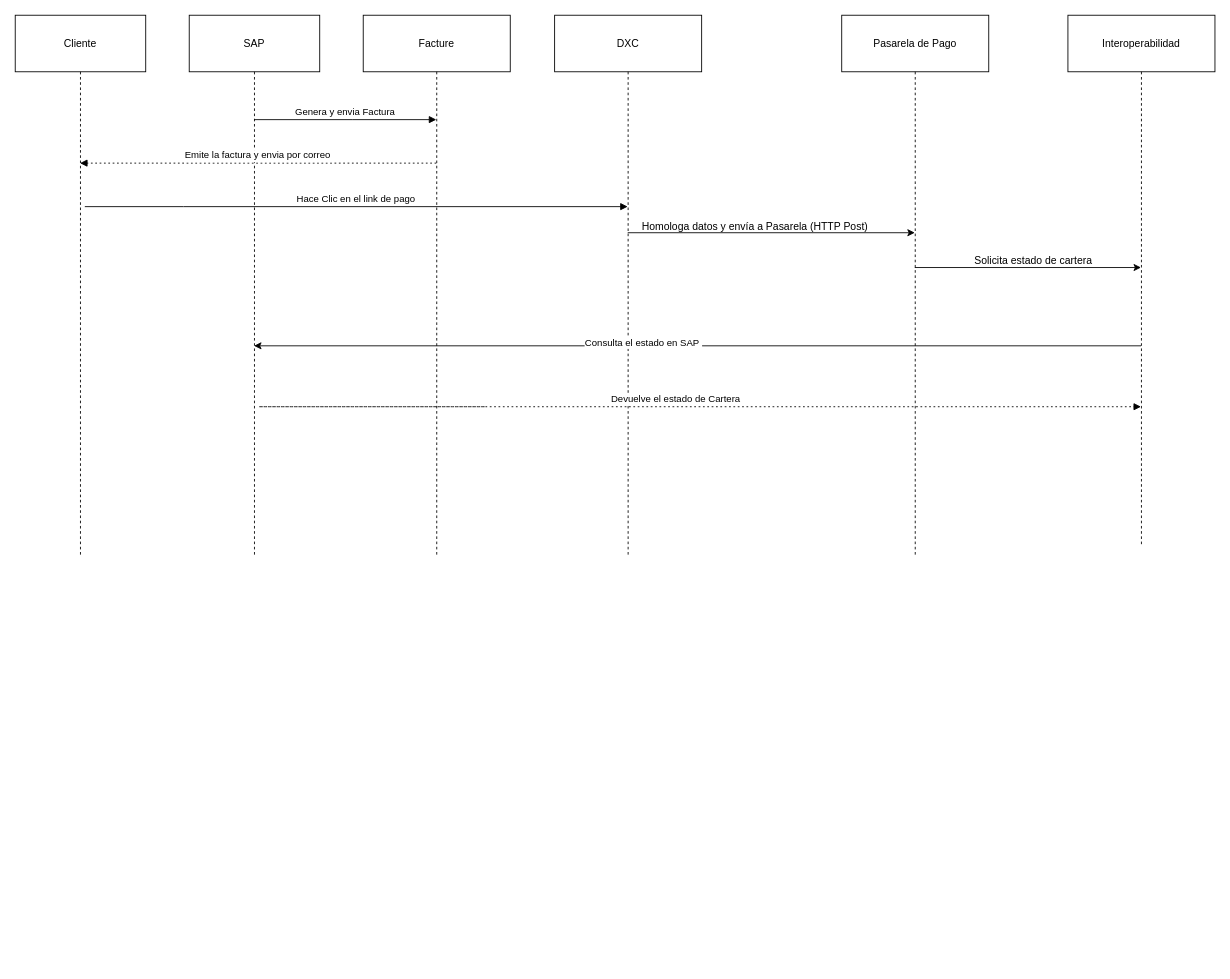
carlosvalderrama1204/diagrams keeps this draw.io diagram as page "Sequence diagram" (3 of 3) of LinkPago Administrativo.drawio. Above is the earlier version. Source tidied: cells renumbered, new cells numbered last; positions are measured from the earlier drawing's top-left corner, leaving out a move shared by most shapes. Both pictures are drawn from the tidied source at 87%, with x=0, y=0 at pixel (15, 15).
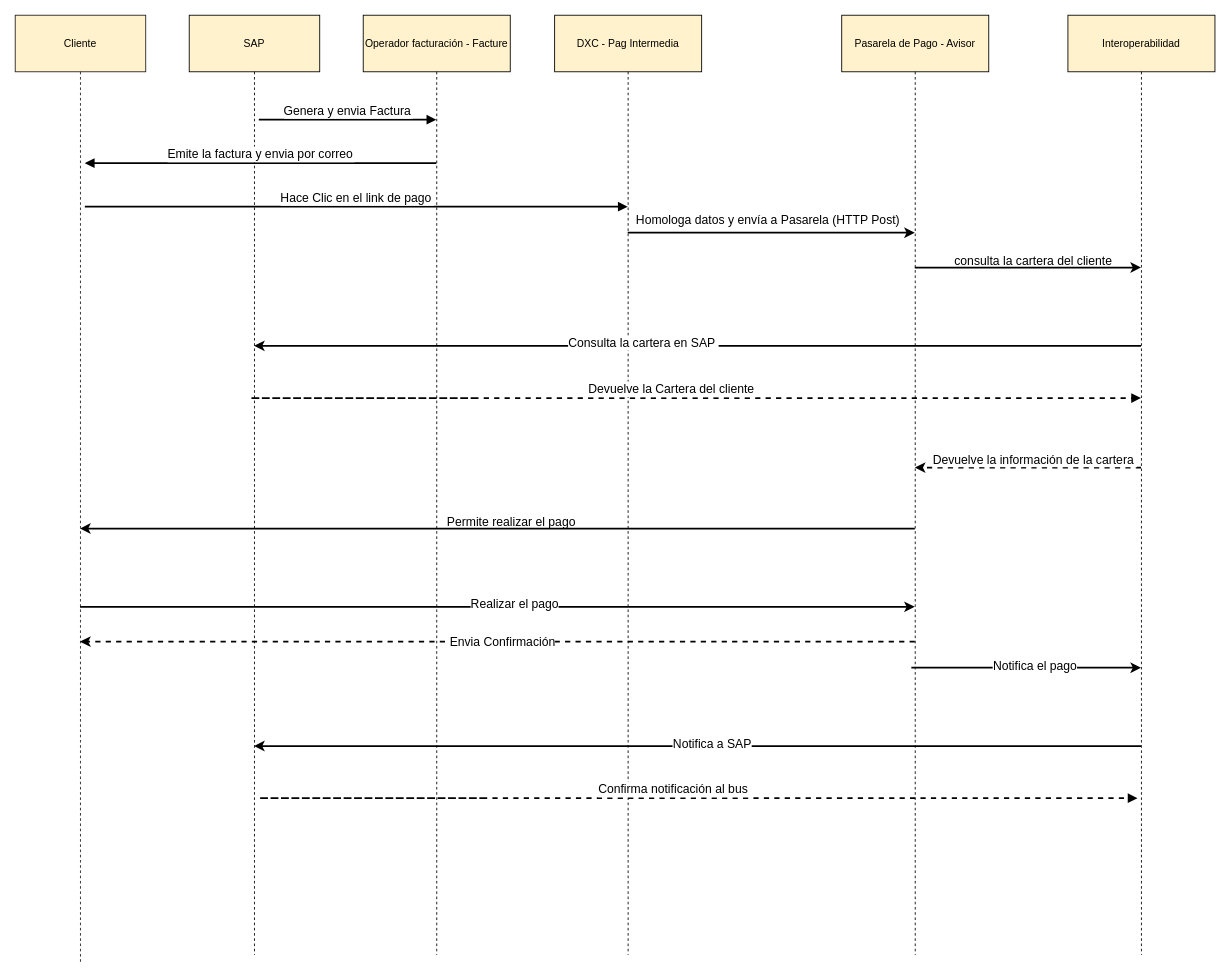
The same page after the edit.

Diff of the diagram source:
```diff
@@
-    <mxCell id="2" value="Cliente" style="shape=umlLifeline;perimeter=lifelinePerimeter;whiteSpace=wrap;newEdgeStyle={&quot;edgeStyle&quot;:&quot;elbowEdgeStyle&quot;,&quot;elbow&quot;:&quot;vertical&quot;,&quot;curved&quot;:0,&quot;rounded&quot;:0};size=65;" parent="1" vertex="1">
-      <mxGeometry width="150" height="620" as="geometry" />
+    <mxCell id="2" value="Cliente" style="shape=umlLifeline;perimeter=lifelinePerimeter;whiteSpace=wrap;newEdgeStyle={&quot;edgeStyle&quot;:&quot;elbowEdgeStyle&quot;,&quot;elbow&quot;:&quot;vertical&quot;,&quot;curved&quot;:0,&quot;rounded&quot;:0};size=65;fillColor=#fff2cc;strokeColor=#201f1d;" parent="1" vertex="1">
+      <mxGeometry width="150" height="1090" as="geometry" />
     </mxCell>
-    <mxCell id="3" value="SAP" style="shape=umlLifeline;perimeter=lifelinePerimeter;whiteSpace=wrap;newEdgeStyle={&quot;edgeStyle&quot;:&quot;elbowEdgeStyle&quot;,&quot;elbow&quot;:&quot;vertical&quot;,&quot;curved&quot;:0,&quot;rounded&quot;:0};size=65;" parent="1" vertex="1">
-      <mxGeometry x="200" width="150" height="620" as="geometry" />
+    <mxCell id="3" value="SAP" style="shape=umlLifeline;perimeter=lifelinePerimeter;whiteSpace=wrap;newEdgeStyle={&quot;edgeStyle&quot;:&quot;elbowEdgeStyle&quot;,&quot;elbow&quot;:&quot;vertical&quot;,&quot;curved&quot;:0,&quot;rounded&quot;:0};size=65;fillColor=#fff2cc;strokeColor=#000000;" parent="1" vertex="1">
+      <mxGeometry x="200" width="150" height="1080" as="geometry" />
     </mxCell>
-    <mxCell id="4" value="Facture" style="shape=umlLifeline;perimeter=lifelinePerimeter;whiteSpace=wrap;newEdgeStyle={&quot;edgeStyle&quot;:&quot;elbowEdgeStyle&quot;,&quot;elbow&quot;:&quot;vertical&quot;,&quot;curved&quot;:0,&quot;rounded&quot;:0};size=65;" parent="1" vertex="1">
-      <mxGeometry x="400" width="169" height="620" as="geometry" />
+    <mxCell id="4" value="Operador facturación - Facture" style="shape=umlLifeline;perimeter=lifelinePerimeter;whiteSpace=wrap;newEdgeStyle={&quot;edgeStyle&quot;:&quot;elbowEdgeStyle&quot;,&quot;elbow&quot;:&quot;vertical&quot;,&quot;curved&quot;:0,&quot;rounded&quot;:0};size=65;fillColor=#fff2cc;strokeColor=#000000;" parent="1" vertex="1">
+      <mxGeometry x="400" width="169" height="1080" as="geometry" />
     </mxCell>
-    <mxCell id="5" value="Genera y envia Factura" style="verticalAlign=bottom;edgeStyle=elbowEdgeStyle;elbow=vertical;curved=0;rounded=0;endArrow=block;" parent="1" edge="1">
+    <mxCell id="5" value="Genera y envia Factura" style="verticalAlign=bottom;edgeStyle=elbowEdgeStyle;elbow=vertical;curved=0;rounded=0;endArrow=block;fontSize=14;strokeWidth=2;" parent="1" edge="1">
       <mxGeometry relative="1" as="geometry">
-        <mxPoint x="274.5" y="120" as="sourcePoint" />
+        <mxPoint x="280" y="120" as="sourcePoint" />
         <mxPoint x="484" y="120" as="targetPoint" />
         <Array as="points">
           <mxPoint x="388" y="120" />
         </Array>
       </mxGeometry>
     </mxCell>
-    <mxCell id="6" value="Emite la factura y envia por correo" style="verticalAlign=bottom;edgeStyle=elbowEdgeStyle;elbow=vertical;curved=0;rounded=0;dashed=1;dashPattern=2 3;endArrow=block;" parent="1" edge="1">
+    <mxCell id="6" value="Emite la factura y envia por correo" style="verticalAlign=bottom;edgeStyle=elbowEdgeStyle;elbow=vertical;curved=0;rounded=0;endArrow=block;fontSize=14;strokeWidth=2;" parent="1" edge="1">
       <mxGeometry relative="1" as="geometry">
         <mxPoint x="484" y="170" as="sourcePoint" />
-        <mxPoint x="74.5" y="170" as="targetPoint" />
+        <mxPoint x="80" y="170" as="targetPoint" />
         <Array as="points">
           <mxPoint x="391" y="170" />
         </Array>
       </mxGeometry>
     </mxCell>
-    <mxCell id="7" value="DXC" style="shape=umlLifeline;perimeter=lifelinePerimeter;whiteSpace=wrap;outlineConnect=0;portConstraint=eastwest;newEdgeStyle={&quot;edgeStyle&quot;:&quot;elbowEdgeStyle&quot;,&quot;elbow&quot;:&quot;vertical&quot;,&quot;curved&quot;:0,&quot;rounded&quot;:0};size=65;" parent="1" vertex="1">
-      <mxGeometry x="620" width="169" height="620" as="geometry" />
+    <mxCell id="7" value="DXC - Pag Intermedia" style="shape=umlLifeline;perimeter=lifelinePerimeter;whiteSpace=wrap;outlineConnect=0;portConstraint=eastwest;newEdgeStyle={&quot;edgeStyle&quot;:&quot;elbowEdgeStyle&quot;,&quot;elbow&quot;:&quot;vertical&quot;,&quot;curved&quot;:0,&quot;rounded&quot;:0};size=65;fillColor=#fff2cc;strokeColor=#000000;" parent="1" vertex="1">
+      <mxGeometry x="620" width="169" height="1080" as="geometry" />
     </mxCell>
-    <mxCell id="8" value="Pasarela de Pago" style="shape=umlLifeline;perimeter=lifelinePerimeter;whiteSpace=wrap;outlineConnect=0;portConstraint=eastwest;newEdgeStyle={&quot;edgeStyle&quot;:&quot;elbowEdgeStyle&quot;,&quot;elbow&quot;:&quot;vertical&quot;,&quot;curved&quot;:0,&quot;rounded&quot;:0};size=65;" parent="1" vertex="1">
-      <mxGeometry x="950" width="169" height="620" as="geometry" />
+    <mxCell id="8" value="Pasarela de Pago - Avisor" style="shape=umlLifeline;perimeter=lifelinePerimeter;whiteSpace=wrap;outlineConnect=0;portConstraint=eastwest;newEdgeStyle={&quot;edgeStyle&quot;:&quot;elbowEdgeStyle&quot;,&quot;elbow&quot;:&quot;vertical&quot;,&quot;curved&quot;:0,&quot;rounded&quot;:0};size=65;fillColor=#fff2cc;strokeColor=#000000;" parent="1" vertex="1">
+      <mxGeometry x="950" width="169" height="1080" as="geometry" />
     </mxCell>
-    <mxCell id="9" value="Interoperabilidad" style="shape=umlLifeline;perimeter=lifelinePerimeter;whiteSpace=wrap;outlineConnect=0;portConstraint=eastwest;newEdgeStyle={&quot;edgeStyle&quot;:&quot;elbowEdgeStyle&quot;,&quot;elbow&quot;:&quot;vertical&quot;,&quot;curved&quot;:0,&quot;rounded&quot;:0};size=65;" parent="1" vertex="1">
-      <mxGeometry x="1210" width="169" height="610" as="geometry" />
+    <mxCell id="9" value="Interoperabilidad" style="shape=umlLifeline;perimeter=lifelinePerimeter;whiteSpace=wrap;outlineConnect=0;portConstraint=eastwest;newEdgeStyle={&quot;edgeStyle&quot;:&quot;elbowEdgeStyle&quot;,&quot;elbow&quot;:&quot;vertical&quot;,&quot;curved&quot;:0,&quot;rounded&quot;:0};size=65;fillColor=#fff2cc;strokeColor=#000000;" parent="1" vertex="1">
+      <mxGeometry x="1210" width="169" height="1080" as="geometry" />
     </mxCell>
-    <mxCell id="10" value="Hace Clic en el link de pago" style="verticalAlign=bottom;edgeStyle=elbowEdgeStyle;elbow=vertical;curved=0;rounded=0;endArrow=block;" parent="1" edge="1" target="7">
+    <mxCell id="10" value="Hace Clic en el link de pago" style="verticalAlign=bottom;edgeStyle=elbowEdgeStyle;elbow=vertical;curved=0;rounded=0;endArrow=block;fontSize=14;strokeWidth=2;" parent="1" edge="1" target="7">
       <mxGeometry relative="1" as="geometry">
         <mxPoint x="80" y="220" as="sourcePoint" />
         <Array as="points">
           <mxPoint x="193.5" y="220" />
         </Array>
       </mxGeometry>
     </mxCell>
-    <mxCell id="11" style="endArrow=classic;html=1;rounded=0;" parent="1" edge="1" target="8">
+    <mxCell id="11" style="endArrow=classic;html=1;rounded=0;fontSize=14;strokeWidth=2;" parent="1" edge="1" target="8">
       <mxGeometry relative="1" as="geometry">
         <mxPoint x="704" y="250" as="sourcePoint" />
       </mxGeometry>
     </mxCell>
-    <mxCell id="12" value="Homologa datos y envía a Pasarela (HTTP Post)" style="text;html=1;align=center;verticalAlign=middle;strokeColor=none;fillColor=none;" parent="1" vertex="1">
-      <mxGeometry x="710" y="228" width="280" height="30" as="geometry" />
+    <mxCell id="12" value="Homologa datos y envía a Pasarela (HTTP Post)" style="text;html=1;align=center;verticalAlign=middle;strokeColor=none;fillColor=none;fontSize=14;strokeWidth=2;" parent="1" vertex="1">
+      <mxGeometry x="700" y="220" width="330" height="30" as="geometry" />
     </mxCell>
-    <mxCell id="13" style="endArrow=classic;html=1;rounded=0;" parent="1" edge="1">
+    <mxCell id="13" style="endArrow=classic;html=1;rounded=0;fontSize=14;strokeWidth=2;" parent="1" edge="1">
       <mxGeometry relative="1" as="geometry">
         <mxPoint x="1034" y="290" as="sourcePoint" />
         <mxPoint x="1294" y="290" as="targetPoint" />
       </mxGeometry>
     </mxCell>
-    <mxCell id="14" value="Solicita estado de cartera" style="text;html=1;align=center;verticalAlign=middle;strokeColor=none;fillColor=none;" parent="1" vertex="1">
-      <mxGeometry x="1090" y="268" width="160" height="30" as="geometry" />
+    <mxCell id="14" value="consulta la cartera del cliente" style="text;html=1;align=center;verticalAlign=middle;strokeColor=none;fillColor=none;fontSize=14;strokeWidth=2;" parent="1" vertex="1">
+      <mxGeometry x="1070" y="268" width="200" height="30" as="geometry" />
     </mxCell>
-    <mxCell id="15" style="endArrow=classic;html=1;rounded=0;" parent="1" edge="1">
+    <mxCell id="15" style="endArrow=classic;html=1;rounded=0;fontSize=14;strokeWidth=2;" parent="1" edge="1">
       <mxGeometry relative="1" as="geometry">
         <mxPoint x="1294" y="380" as="sourcePoint" />
         <mxPoint x="274.5" y="380" as="targetPoint" />
       </mxGeometry>
     </mxCell>
-    <mxCell id="16" value="Consulta el estado en SAP&amp;nbsp;" style="edgeLabel;html=1;align=center;verticalAlign=middle;" parent="15" vertex="1">
+    <mxCell id="16" value="Consulta la cartera en SAP&amp;nbsp;" style="edgeLabel;html=1;align=center;verticalAlign=middle;fontSize=14;" parent="15" vertex="1">
       <mxGeometry x="0.23" y="-4" relative="1" as="geometry">
         <mxPoint x="54" as="offset" />
       </mxGeometry>
     </mxCell>
-    <mxCell id="17" value="Devuelve el estado de Cartera" style="verticalAlign=bottom;edgeStyle=elbowEdgeStyle;elbow=vertical;curved=0;rounded=0;dashed=1;dashPattern=2 3;endArrow=block;" parent="1" edge="1">
+    <mxCell id="17" value="Devuelve la Cartera del cliente" style="verticalAlign=bottom;edgeStyle=elbowEdgeStyle;elbow=vertical;curved=0;rounded=0;dashed=1;endArrow=block;fontSize=14;strokeWidth=2;" parent="1" edge="1" target="9">
       <mxGeometry x="0.16" relative="1" as="geometry">
-        <mxPoint x="539.5" y="450" as="sourcePoint" />
-        <mxPoint x="1294" y="450" as="targetPoint" />
+        <mxPoint x="529.5" y="440" as="sourcePoint" />
         <Array as="points">
-          <mxPoint x="280" y="450" />
+          <mxPoint x="270" y="440" />
         </Array>
       </mxGeometry>
     </mxCell>
+    <mxCell id="18" style="endArrow=classic;html=1;rounded=0;dashed=1;fontSize=14;strokeWidth=2;" parent="1" edge="1">
+      <mxGeometry relative="1" as="geometry">
+        <mxPoint x="1294" y="520" as="sourcePoint" />
+        <mxPoint x="1034" y="520" as="targetPoint" />
+      </mxGeometry>
+    </mxCell>
+    <mxCell id="19" value="Devuelve la información de la cartera&amp;nbsp;" style="edgeLabel;html=1;align=center;verticalAlign=middle;fontSize=14;" parent="18" vertex="1">
+      <mxGeometry x="0.37" y="-3" relative="1" as="geometry">
+        <mxPoint x="55" y="-7" as="offset" />
+      </mxGeometry>
+    </mxCell>
+    <mxCell id="20" style="endArrow=classic;html=1;rounded=0;fontSize=14;strokeWidth=2;" parent="1" edge="1">
+      <mxGeometry relative="1" as="geometry">
+        <mxPoint x="1034" y="590" as="sourcePoint" />
+        <mxPoint x="74.5" y="590" as="targetPoint" />
+      </mxGeometry>
+    </mxCell>
+    <mxCell id="21" value="Permite realizar el pago" style="text;html=1;align=center;verticalAlign=middle;strokeColor=none;fillColor=none;fontSize=14;" parent="1" vertex="1">
+      <mxGeometry x="485" y="568" width="170" height="30" as="geometry" />
+    </mxCell>
+    <mxCell id="22" style="endArrow=classic;html=1;rounded=0;fontSize=14;strokeWidth=2;" parent="1" edge="1" target="8">
+      <mxGeometry relative="1" as="geometry">
+        <mxPoint x="74.5" y="680" as="sourcePoint" />
+      </mxGeometry>
+    </mxCell>
+    <mxCell id="23" value="Realizar el pago" style="edgeLabel;html=1;align=center;verticalAlign=middle;fontSize=14;" parent="22" vertex="1">
+      <mxGeometry x="0.04" y="4" relative="1" as="geometry" />
+    </mxCell>
+    <mxCell id="24" style="endArrow=classic;html=1;rounded=0;fontSize=14;strokeWidth=2;" parent="1" edge="1" target="9">
+      <mxGeometry relative="1" as="geometry">
+        <mxPoint x="1030" y="750" as="sourcePoint" />
+      </mxGeometry>
+    </mxCell>
+    <mxCell id="25" value="Notifica el pago" style="edgeLabel;html=1;align=center;verticalAlign=middle;fontSize=14;" parent="24" vertex="1">
+      <mxGeometry x="-0.26" y="3" relative="1" as="geometry">
+        <mxPoint x="43" as="offset" />
+      </mxGeometry>
+    </mxCell>
+    <mxCell id="26" style="endArrow=classic;html=1;rounded=0;fontSize=14;strokeWidth=2;" parent="1" edge="1">
+      <mxGeometry relative="1" as="geometry">
+        <mxPoint x="1294" y="840" as="sourcePoint" />
+        <mxPoint x="274.5" y="840" as="targetPoint" />
+      </mxGeometry>
+    </mxCell>
+    <mxCell id="27" value="Notifica a SAP" style="edgeLabel;html=1;align=center;verticalAlign=middle;fontSize=14;" parent="26" vertex="1">
+      <mxGeometry x="-0.03" y="-3" relative="1" as="geometry" />
+    </mxCell>
+    <mxCell id="28" style="endArrow=classic;html=1;rounded=0;dashed=1;fontSize=14;strokeWidth=2;" parent="1" edge="1">
+      <mxGeometry relative="1" as="geometry">
+        <mxPoint x="1034" y="720" as="sourcePoint" />
+        <mxPoint x="74.5" y="720" as="targetPoint" />
+      </mxGeometry>
+    </mxCell>
+    <mxCell id="29" value="Envia Confirmación" style="edgeLabel;html=1;align=center;verticalAlign=middle;fontSize=14;" parent="28" vertex="1">
+      <mxGeometry x="-0.01" relative="1" as="geometry" />
+    </mxCell>
+    <mxCell id="30" value="Confirma notificación al bus" style="verticalAlign=bottom;edgeStyle=elbowEdgeStyle;elbow=vertical;curved=0;rounded=0;dashed=1;endArrow=block;fontSize=14;strokeWidth=2;" parent="1" edge="1">
+      <mxGeometry x="0.16" relative="1" as="geometry">
+        <mxPoint x="539.5" y="900" as="sourcePoint" />
+        <mxPoint x="1290" y="900" as="targetPoint" />
+        <Array as="points">
+          <mxPoint x="280" y="900" />
+        </Array>
+      </mxGeometry>
+    </mxCell>
```
